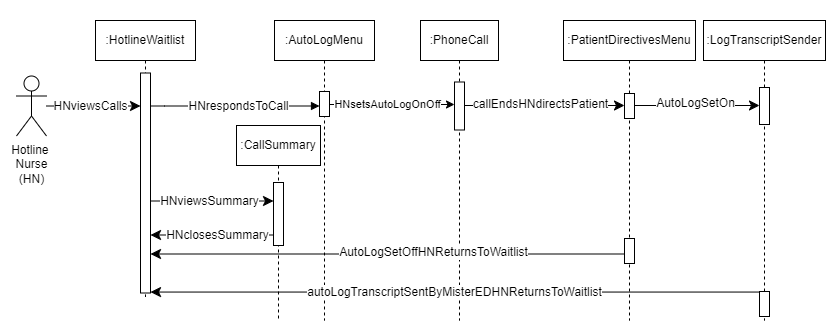
SENG-350-2024-fall/Team9 keeps this draw.io diagram as AmirWork/M2/Nurse_Hotline_SequenceDiagram.drawio.png. Above is the earlier version. Source tidied: cells renumbered, new cells last; positions are measured from the earlier drawing's top-left corner, leaving out a move shared by most shapes.
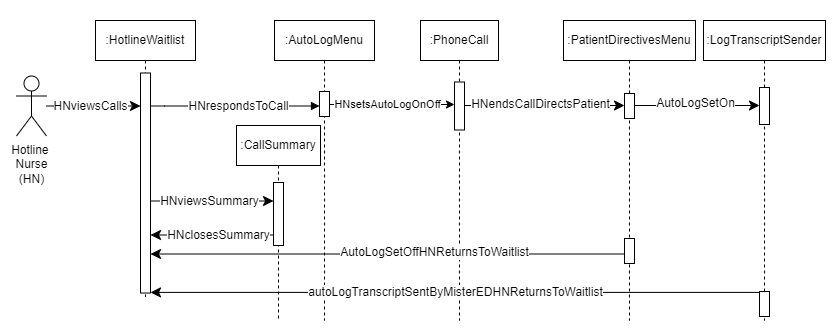
After the change.

Change to the diagram source:
```diff
@@ -105,7 +105,7 @@
         </Array>
       </mxGeometry>
     </mxCell>
-    <mxCell id="27" value="callEndsHNdirectsPatient" style="edgeLabel;html=1;align=center;verticalAlign=middle;fontSize=12;" parent="26" vertex="1">
+    <mxCell id="27" value="HNendsCallDirectsPatient" style="edgeLabel;html=1;align=center;verticalAlign=middle;fontSize=12;" parent="26" vertex="1">
       <mxGeometry x="-0.35" relative="1" as="geometry">
         <mxPoint x="24" y="-1" as="offset" />
       </mxGeometry>
```
